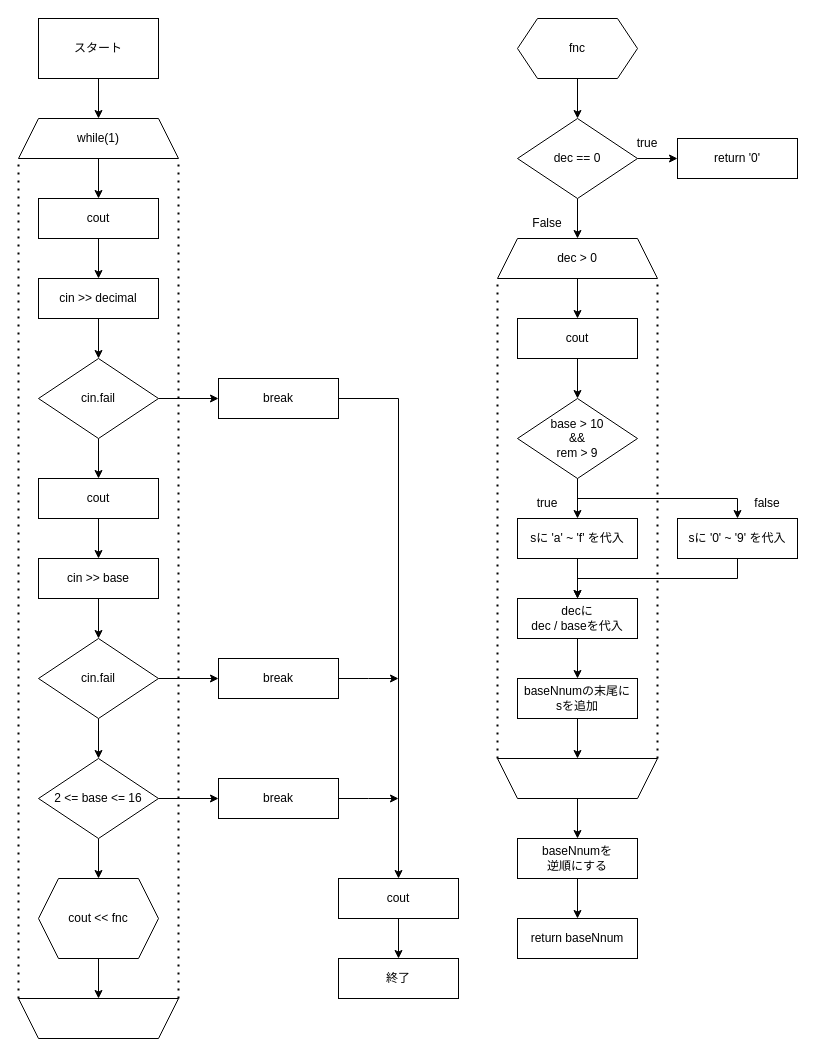
kiakibasl-dev/dentaku keeps this draw.io diagram as base_n_num.drawio. Above is the earlier version. Source tidied: cells renumbered, new cells numbered last; positions are measured from the earlier drawing's top-left corner, leaving out a move shared by most shapes. Both pictures are drawn from the tidied source at 100%, with x=0, y=0 at pixel (18, 18).
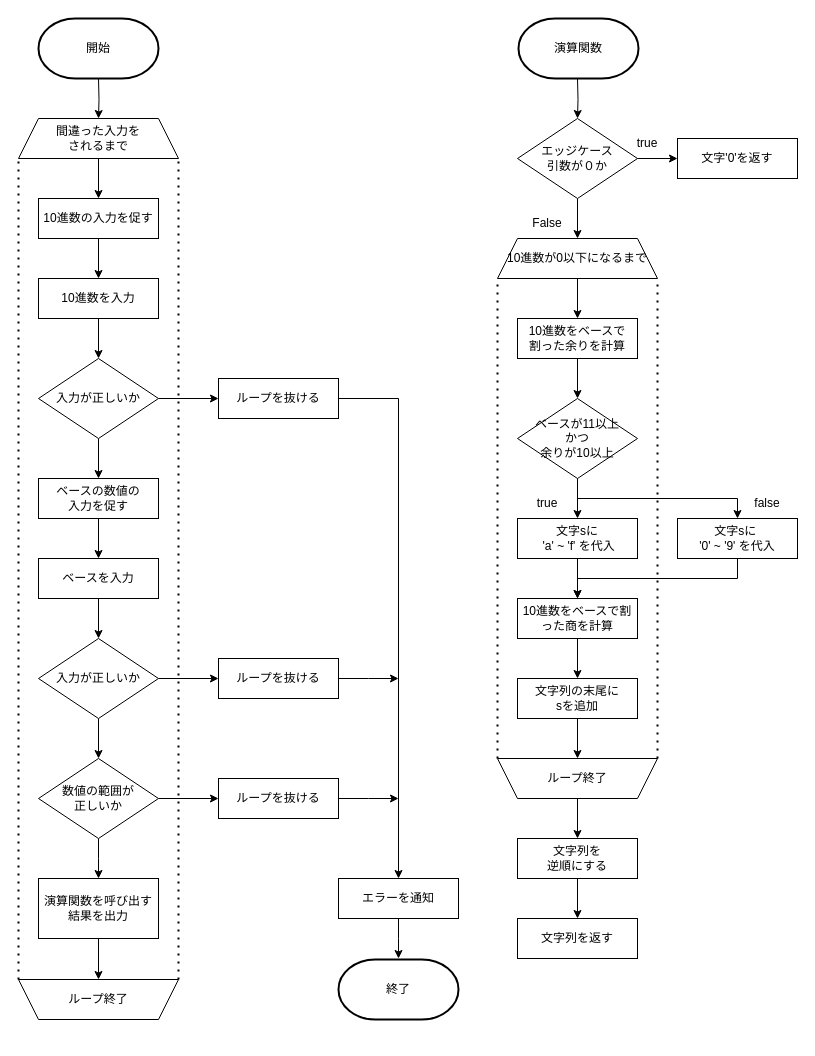
After the change.

The edit, as a diff of the source:
```diff
@@
-    <mxCell id="2" style="edgeStyle=orthogonalEdgeStyle;rounded=0;jettySize=auto;html=1;" parent="1" edge="1" source="3" target="5">
-      <mxGeometry relative="1" as="geometry" />
+    <mxCell id="2" style="edgeStyle=orthogonalEdgeStyle;rounded=0;jettySize=auto;html=1;" parent="1" edge="1" target="5">
+      <mxGeometry relative="1" as="geometry">
+        <mxPoint x="80" y="60" as="sourcePoint" />
+      </mxGeometry>
     </mxCell>
-    <mxCell id="3" value="スタート" style="rounded=0;whiteSpace=wrap;html=1;" parent="1" vertex="1">
-      <mxGeometry x="20" width="120" height="60" as="geometry" />
-    </mxCell>
@@
-    <mxCell id="5" value="while(1)" style="shape=trapezoid;perimeter=trapezoidPerimeter;whiteSpace=wrap;html=1;fixedSize=1;" parent="1" vertex="1">
+    <mxCell id="5" value="間違った入力を&lt;div&gt;されるまで&lt;/div&gt;" style="shape=trapezoid;perimeter=trapezoidPerimeter;whiteSpace=wrap;html=1;fixedSize=1;" parent="1" vertex="1">
       <mxGeometry y="100" width="160" height="40" as="geometry" />
     </mxCell>
@@
-    <mxCell id="7" value="cout" style="rounded=0;whiteSpace=wrap;html=1;" parent="1" vertex="1">
+    <mxCell id="7" value="10進数の入力を促す" style="rounded=0;whiteSpace=wrap;html=1;" parent="1" vertex="1">
       <mxGeometry x="20" y="180" width="120" height="40" as="geometry" />
     </mxCell>
@@
-    <mxCell id="9" value="cin &amp;gt;&amp;gt; decimal" style="rounded=0;whiteSpace=wrap;html=1;" parent="1" vertex="1">
+    <mxCell id="9" value="10進数を入力" style="rounded=0;whiteSpace=wrap;html=1;" parent="1" vertex="1">
       <mxGeometry x="20" y="260" width="120" height="40" as="geometry" />
     </mxCell>
@@
-    <mxCell id="12" value="cin.fail" style="rhombus;whiteSpace=wrap;html=1;" parent="1" vertex="1">
+    <mxCell id="12" value="入力が正しいか" style="rhombus;whiteSpace=wrap;html=1;" parent="1" vertex="1">
       <mxGeometry x="20" y="340" width="120" height="80" as="geometry" />
     </mxCell>
@@
-    <mxCell id="14" value="cout" style="rounded=0;whiteSpace=wrap;html=1;" parent="1" vertex="1">
+    <mxCell id="14" value="ベースの数値の&lt;div&gt;入力を促す&lt;/div&gt;" style="rounded=0;whiteSpace=wrap;html=1;" parent="1" vertex="1">
       <mxGeometry x="20" y="460" width="120" height="40" as="geometry" />
     </mxCell>
@@
-    <mxCell id="16" value="cin &amp;gt;&amp;gt; base" style="rounded=0;whiteSpace=wrap;html=1;" parent="1" vertex="1">
+    <mxCell id="16" value="ベースを入力" style="rounded=0;whiteSpace=wrap;html=1;" parent="1" vertex="1">
       <mxGeometry x="20" y="540" width="120" height="40" as="geometry" />
     </mxCell>
@@
-    <mxCell id="19" value="cin.fail" style="rhombus;whiteSpace=wrap;html=1;" parent="1" vertex="1">
+    <mxCell id="19" value="入力が正しいか" style="rhombus;whiteSpace=wrap;html=1;" parent="1" vertex="1">
       <mxGeometry x="20" y="620" width="120" height="80" as="geometry" />
     </mxCell>
-    <mxCell id="20" style="edgeStyle=orthogonalEdgeStyle;rounded=0;jettySize=auto;html=1;" parent="1" edge="1" source="22" target="24">
-      <mxGeometry relative="1" as="geometry" />
+    <mxCell id="20" style="edgeStyle=orthogonalEdgeStyle;rounded=0;jettySize=auto;html=1;" parent="1" edge="1" source="22">
+      <mxGeometry relative="1" as="geometry">
+        <mxPoint x="80" y="860" as="targetPoint" />
+      </mxGeometry>
     </mxCell>
@@
-    <mxCell id="22" value="2 &amp;lt;= base &amp;lt;= 16" style="rhombus;whiteSpace=wrap;html=1;" parent="1" vertex="1">
+    <mxCell id="22" value="数値の範囲が&lt;div&gt;正しいか&lt;/div&gt;" style="rhombus;whiteSpace=wrap;html=1;" parent="1" vertex="1">
       <mxGeometry x="20" y="740" width="120" height="80" as="geometry" />
     </mxCell>
-    <mxCell id="23" style="edgeStyle=orthogonalEdgeStyle;rounded=0;jettySize=auto;html=1;" parent="1" edge="1" source="24" target="25">
+    <mxCell id="23" style="edgeStyle=orthogonalEdgeStyle;rounded=0;jettySize=auto;html=1;" parent="1" edge="1" source="70" target="25">
       <mxGeometry relative="1" as="geometry" />
     </mxCell>
-    <mxCell id="24" value="cout &amp;lt;&amp;lt; fnc" style="shape=hexagon;perimeter=hexagonPerimeter2;whiteSpace=wrap;html=1;fixedSize=1;" parent="1" vertex="1">
-      <mxGeometry x="20" y="860" width="120" height="80" as="geometry" />
-    </mxCell>
-    <mxCell id="25" style="shape=trapezoid;perimeter=trapezoidPerimeter;whiteSpace=wrap;html=1;fixedSize=1;rotation=-180;" parent="1" vertex="1">
-      <mxGeometry y="980" width="160" height="40" as="geometry" />
+    <mxCell id="25" value="ループ終了" style="shape=trapezoid;perimeter=trapezoidPerimeter;whiteSpace=wrap;html=1;fixedSize=1;rotation=0;direction=west;" parent="1" vertex="1">
+      <mxGeometry y="961" width="160" height="40" as="geometry" />
     </mxCell>
@@
-    <mxCell id="27" value="break" style="rounded=0;whiteSpace=wrap;html=1;" parent="1" vertex="1">
+    <mxCell id="27" value="ループを抜ける" style="rounded=0;whiteSpace=wrap;html=1;" parent="1" vertex="1">
       <mxGeometry x="200" y="360" width="120" height="40" as="geometry" />
     </mxCell>
@@
-    <mxCell id="29" value="break" style="rounded=0;whiteSpace=wrap;html=1;" parent="1" vertex="1">
+    <mxCell id="29" value="ループを抜ける" style="rounded=0;whiteSpace=wrap;html=1;" parent="1" vertex="1">
       <mxGeometry x="200" y="640" width="120" height="40" as="geometry" />
     </mxCell>
@@
-    <mxCell id="31" value="break" style="rounded=0;whiteSpace=wrap;html=1;" parent="1" vertex="1">
+    <mxCell id="31" value="ループを抜ける" style="rounded=0;whiteSpace=wrap;html=1;" parent="1" vertex="1">
       <mxGeometry x="200" y="760" width="120" height="40" as="geometry" />
     </mxCell>
-    <mxCell id="32" style="edgeStyle=orthogonalEdgeStyle;rounded=0;jettySize=auto;html=1;" parent="1" edge="1" source="33" target="34">
-      <mxGeometry relative="1" as="geometry" />
+    <mxCell id="32" style="edgeStyle=orthogonalEdgeStyle;rounded=0;jettySize=auto;html=1;" parent="1" edge="1" source="33">
+      <mxGeometry relative="1" as="geometry">
+        <mxPoint x="380" y="940" as="targetPoint" />
+      </mxGeometry>
     </mxCell>
-    <mxCell id="33" value="cout" style="rounded=0;whiteSpace=wrap;html=1;" parent="1" vertex="1">
+    <mxCell id="33" value="エラーを通知" style="rounded=0;whiteSpace=wrap;html=1;" parent="1" vertex="1">
       <mxGeometry x="320" y="860" width="120" height="40" as="geometry" />
     </mxCell>
-    <mxCell id="34" value="終了" style="rounded=0;whiteSpace=wrap;html=1;" parent="1" vertex="1">
-      <mxGeometry x="320" y="940" width="120" height="40" as="geometry" />
-    </mxCell>
@@
-    <mxCell id="36" style="endArrow=none;dashed=1;html=1;dashPattern=1 3;strokeWidth=2;rounded=0;entryX=0;entryY=1;entryDx=0;entryDy=0;" parent="1" edge="1" target="5">
-      <mxGeometry relative="1" as="geometry">
-        <mxPoint y="980" as="sourcePoint" />
-      </mxGeometry>
+    <mxCell id="36" style="endArrow=none;dashed=1;html=1;dashPattern=1 3;strokeWidth=2;rounded=0;entryX=0;entryY=1;entryDx=0;entryDy=0;exitX=1;exitY=1;exitDx=0;exitDy=0;" parent="1" edge="1" source="25" target="5">
+      <mxGeometry relative="1" as="geometry" />
     </mxCell>
-    <mxCell id="37" style="edgeStyle=orthogonalEdgeStyle;rounded=0;jettySize=auto;html=1;" parent="1" edge="1" source="38" target="41">
-      <mxGeometry relative="1" as="geometry" />
+    <mxCell id="37" style="edgeStyle=orthogonalEdgeStyle;rounded=0;jettySize=auto;html=1;" parent="1" edge="1" target="41">
+      <mxGeometry relative="1" as="geometry">
+        <mxPoint x="559" y="60" as="sourcePoint" />
+      </mxGeometry>
     </mxCell>
-    <mxCell id="38" value="fnc" style="shape=hexagon;perimeter=hexagonPerimeter2;whiteSpace=wrap;html=1;fixedSize=1;" parent="1" vertex="1">
-      <mxGeometry x="499" width="120" height="60" as="geometry" />
-    </mxCell>
@@
-    <mxCell id="41" value="dec == 0" style="rhombus;whiteSpace=wrap;html=1;" parent="1" vertex="1">
+    <mxCell id="41" value="エッジケース&lt;div&gt;引数が０か&lt;/div&gt;" style="rhombus;whiteSpace=wrap;html=1;" parent="1" vertex="1">
       <mxGeometry x="499" y="100" width="120" height="80" as="geometry" />
     </mxCell>
@@
-    <mxCell id="43" value="dec &amp;gt; 0" style="shape=trapezoid;perimeter=trapezoidPerimeter;whiteSpace=wrap;html=1;fixedSize=1;" parent="1" vertex="1">
+    <mxCell id="43" value="10進数が0以下になるまで" style="shape=trapezoid;perimeter=trapezoidPerimeter;whiteSpace=wrap;html=1;fixedSize=1;" parent="1" vertex="1">
       <mxGeometry x="479" y="220" width="160" height="40" as="geometry" />
     </mxCell>
@@
-    <mxCell id="45" value="cout" style="rounded=0;whiteSpace=wrap;html=1;" parent="1" vertex="1">
+    <mxCell id="45" value="10進数をベースで&lt;div&gt;割った余りを計算&lt;/div&gt;" style="rounded=0;whiteSpace=wrap;html=1;" parent="1" vertex="1">
       <mxGeometry x="499" y="300" width="120" height="40" as="geometry" />
     </mxCell>
-    <mxCell id="46" value="return '0'" style="rounded=0;whiteSpace=wrap;html=1;" parent="1" vertex="1">
+    <mxCell id="46" value="文字'0'を返す" style="rounded=0;whiteSpace=wrap;html=1;" parent="1" vertex="1">
       <mxGeometry x="659" y="120" width="120" height="40" as="geometry" />
     </mxCell>
@@
-    <mxCell id="49" value="base &amp;gt; 10&lt;div&gt;&amp;amp;&amp;amp;&lt;/div&gt;&lt;div&gt;rem &amp;gt; 9&lt;/div&gt;" style="rhombus;whiteSpace=wrap;html=1;" parent="1" vertex="1">
+    <mxCell id="49" value="ベースが11以上&lt;div&gt;かつ&lt;/div&gt;&lt;div&gt;余りが10以上&lt;/div&gt;" style="rhombus;whiteSpace=wrap;html=1;" parent="1" vertex="1">
       <mxGeometry x="499" y="380" width="120" height="80" as="geometry" />
     </mxCell>
@@
-    <mxCell id="51" value="sに 'a' ~ 'f' を代入" style="rounded=0;whiteSpace=wrap;html=1;" parent="1" vertex="1">
+    <mxCell id="51" value="文字sに&lt;div&gt;&amp;nbsp;'a' ~ 'f' を&lt;span style=&quot;background-color: transparent; color: light-dark(rgb(0, 0, 0), rgb(255, 255, 255));&quot;&gt;代入&lt;/span&gt;&lt;/div&gt;" style="rounded=0;whiteSpace=wrap;html=1;" parent="1" vertex="1">
       <mxGeometry x="499" y="500" width="120" height="40" as="geometry" />
     </mxCell>
@@
-    <mxCell id="53" value="sに '0' ~ '9' を代入" style="rounded=0;whiteSpace=wrap;html=1;" parent="1" vertex="1">
+    <mxCell id="53" value="文字sに&amp;nbsp;&lt;div&gt;'0' ~ '9' を&lt;span style=&quot;background-color: transparent; color: light-dark(rgb(0, 0, 0), rgb(255, 255, 255));&quot;&gt;代入&lt;/span&gt;&lt;/div&gt;" style="rounded=0;whiteSpace=wrap;html=1;" parent="1" vertex="1">
       <mxGeometry x="659" y="500" width="120" height="40" as="geometry" />
     </mxCell>
@@
-    <mxCell id="55" value="decに&lt;div&gt;dec / baseを&lt;span style=&quot;background-color: transparent; color: light-dark(rgb(0, 0, 0), rgb(255, 255, 255));&quot;&gt;代入&lt;/span&gt;&lt;/div&gt;" style="rounded=0;whiteSpace=wrap;html=1;" parent="1" vertex="1">
+    <mxCell id="55" value="10進数をベースで割った商を計算" style="rounded=0;whiteSpace=wrap;html=1;" parent="1" vertex="1">
       <mxGeometry x="499" y="580" width="120" height="40" as="geometry" />
     </mxCell>
@@
-    <mxCell id="57" value="baseNnumの末尾に&lt;div&gt;sを追加&lt;/div&gt;" style="rounded=0;whiteSpace=wrap;html=1;" parent="1" vertex="1">
+    <mxCell id="57" value="文字列の末尾に&lt;div&gt;sを追加&lt;/div&gt;" style="rounded=0;whiteSpace=wrap;html=1;" parent="1" vertex="1">
       <mxGeometry x="499" y="660" width="120" height="40" as="geometry" />
     </mxCell>
@@
-    <mxCell id="61" style="shape=trapezoid;perimeter=trapezoidPerimeter;whiteSpace=wrap;html=1;fixedSize=1;rotation=-180;" parent="1" vertex="1">
+    <mxCell id="61" value="ループ終了" style="shape=trapezoid;perimeter=trapezoidPerimeter;whiteSpace=wrap;html=1;fixedSize=1;rotation=0;direction=west;" parent="1" vertex="1">
       <mxGeometry x="479" y="740" width="160" height="40" as="geometry" />
     </mxCell>
@@
-    <mxCell id="63" value="baseNnumを&lt;div&gt;逆順にする&lt;/div&gt;" style="whiteSpace=wrap;html=1;" parent="1" vertex="1">
+    <mxCell id="63" value="文字列を&lt;div&gt;逆順にする&lt;/div&gt;" style="whiteSpace=wrap;html=1;" parent="1" vertex="1">
       <mxGeometry x="499" y="820" width="120" height="40" as="geometry" />
     </mxCell>
-    <mxCell id="64" value="return baseNnum" style="whiteSpace=wrap;html=1;" parent="1" vertex="1">
+    <mxCell id="64" value="文字列を返す" style="whiteSpace=wrap;html=1;" parent="1" vertex="1">
       <mxGeometry x="499" y="900" width="120" height="40" as="geometry" />
     </mxCell>
@@
+    <mxCell id="69" value="開始" style="strokeWidth=2;html=1;shape=mxgraph.flowchart.terminator;whiteSpace=wrap;" parent="1" vertex="1">
+      <mxGeometry x="20" width="120" height="60" as="geometry" />
+    </mxCell>
+    <mxCell id="70" value="演算関数を呼び出す&lt;div&gt;結果を出力&lt;/div&gt;" style="rounded=0;whiteSpace=wrap;html=1;" parent="1" vertex="1">
+      <mxGeometry x="20" y="860" width="120" height="60" as="geometry" />
+    </mxCell>
+    <mxCell id="34" value="終了" style="strokeWidth=2;html=1;shape=mxgraph.flowchart.terminator;whiteSpace=wrap;" parent="1" vertex="1">
+      <mxGeometry x="320" y="941" width="120" height="60" as="geometry" />
+    </mxCell>
+    <mxCell id="71" value="演算関数" style="strokeWidth=2;html=1;shape=mxgraph.flowchart.terminator;whiteSpace=wrap;" parent="1" vertex="1">
+      <mxGeometry x="500" width="120" height="60" as="geometry" />
+    </mxCell>
```
